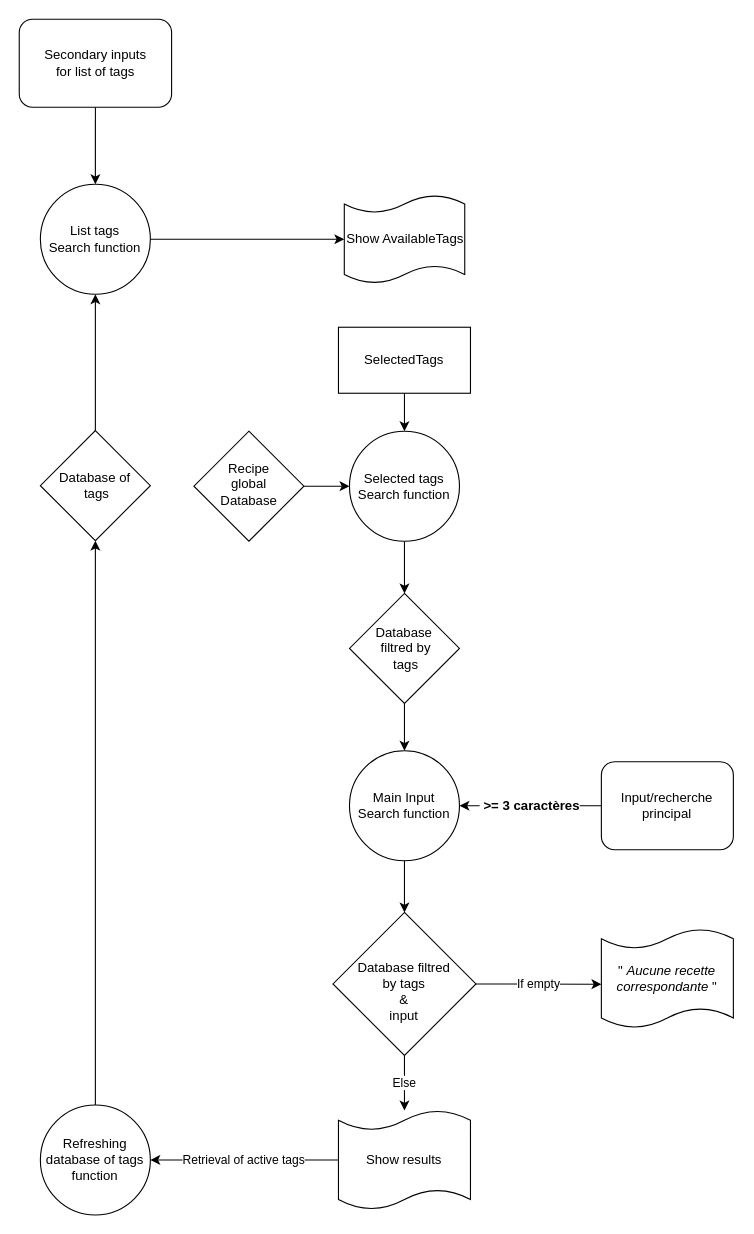
Cadegan/P11-front-end-search-engine keeps this draw.io diagram as P7-P11-Search-Engin.drawio. Above is the earlier version. Source tidied: cells renumbered, new cells numbered last; positions are measured from the earlier drawing's top-left corner, leaving out a move shared by most shapes. Both pictures are drawn from the tidied source at 110%, with x=0, y=0 at pixel (19, 19).
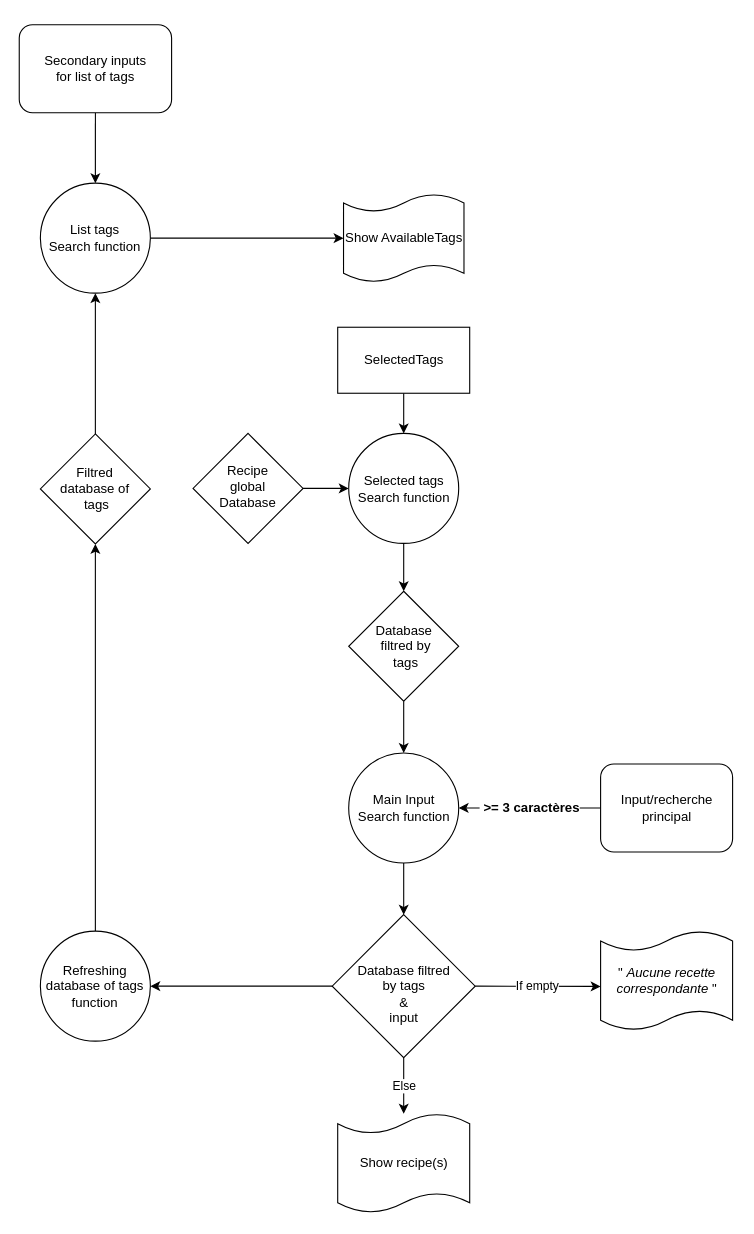
The same page after the edit.

Change to the diagram source:
```diff
@@
     <mxCell id="3" value="Database&lt;br&gt;&amp;nbsp;filtred by&lt;br&gt;&amp;nbsp;tags" style="rhombus;whiteSpace=wrap;html=1;" parent="1" vertex="1">
-      <mxGeometry x="300.2" y="522" width="100" height="100" as="geometry" />
+      <mxGeometry x="299.5" y="520" width="100" height="100" as="geometry" />
     </mxCell>
@@
     <mxCell id="6" value="SelectedTags" style="rounded=0;whiteSpace=wrap;html=1;" parent="1" vertex="1">
-      <mxGeometry x="290.2" y="280" width="120" height="60" as="geometry" />
+      <mxGeometry x="289.5" y="280" width="120" height="60" as="geometry" />
     </mxCell>
@@
     <mxCell id="8" value="Selected tags Search function" style="ellipse;whiteSpace=wrap;html=1;" parent="1" vertex="1">
-      <mxGeometry x="300.2" y="374.5" width="100" height="100" as="geometry" />
+      <mxGeometry x="299.5" y="376.5" width="100" height="100" as="geometry" />
     </mxCell>
     <mxCell id="9" value="Recipe&lt;br&gt;global&lt;br&gt;Database" style="rhombus;whiteSpace=wrap;html=1;shadow=0;fontFamily=Helvetica;fontSize=12;align=center;strokeWidth=1;spacing=6;spacingTop=-4;" parent="1" vertex="1">
-      <mxGeometry x="158.8" y="374.5" width="100" height="100" as="geometry" />
+      <mxGeometry x="158" y="376.5" width="100" height="100" as="geometry" />
     </mxCell>
@@
     <mxCell id="11" value="Main Input&lt;br&gt;Search function" style="ellipse;whiteSpace=wrap;html=1;" parent="1" vertex="1">
-      <mxGeometry x="300.2" y="665" width="100" height="100" as="geometry" />
+      <mxGeometry x="299.5" y="667" width="100" height="100" as="geometry" />
     </mxCell>
@@
     <mxCell id="13" value="Input/recherche principal" style="rounded=1;whiteSpace=wrap;html=1;fontSize=12;glass=0;strokeWidth=1;shadow=0;" parent="1" vertex="1">
-      <mxGeometry x="529.2" y="675" width="120" height="80" as="geometry" />
+      <mxGeometry x="528.5" y="677" width="120" height="80" as="geometry" />
     </mxCell>
@@
+    <mxCell id="29" style="edgeStyle=none;html=1;entryX=1;entryY=0.5;entryDx=0;entryDy=0;" parent="1" edge="1" source="15" target="22">
+      <mxGeometry relative="1" as="geometry" />
+    </mxCell>
     <mxCell id="15" value="&lt;br&gt;Database filtred &lt;br&gt;by&amp;nbsp;tags &lt;br&gt;&amp;amp;&lt;br&gt;input" style="rhombus;whiteSpace=wrap;html=1;" parent="1" vertex="1">
-      <mxGeometry x="285.2" y="812" width="130" height="130" as="geometry" />
+      <mxGeometry x="284.5" y="814" width="130" height="130" as="geometry" />
     </mxCell>
@@
     <mxCell id="17" value="&lt;span&gt;&quot;&amp;nbsp;&lt;/span&gt;&lt;i&gt;Aucune recette correspondante&amp;nbsp;&lt;/i&gt;&lt;span&gt;&quot;&lt;/span&gt;" style="shape=tape;whiteSpace=wrap;html=1;size=0.2;" parent="1" vertex="1">
-      <mxGeometry x="529.2" y="827" width="120" height="90" as="geometry" />
+      <mxGeometry x="528.5" y="829" width="120" height="90" as="geometry" />
     </mxCell>
-    <mxCell id="18" value="Retrieval of active tags" style="edgeStyle=none;html=1;exitX=0;exitY=0.5;exitDx=0;exitDy=0;entryX=1;entryY=0.5;entryDx=0;entryDy=0;" parent="1" edge="1" source="19" target="22">
-      <mxGeometry relative="1" as="geometry" />
-    </mxCell>
-    <mxCell id="19" value="Show results" style="shape=tape;whiteSpace=wrap;html=1;size=0.2;" parent="1" vertex="1">
-      <mxGeometry x="290.2" y="992" width="120" height="90" as="geometry" />
+    <mxCell id="19" value="Show recipe(s)" style="shape=tape;whiteSpace=wrap;html=1;size=0.2;" parent="1" vertex="1">
+      <mxGeometry x="289.5" y="995" width="120" height="90" as="geometry" />
     </mxCell>
     <mxCell id="20" value="Show AvailableTags" style="shape=tape;whiteSpace=wrap;html=1;size=0.2;" parent="1" vertex="1">
-      <mxGeometry x="295.5" y="160" width="109.5" height="80" as="geometry" />
+      <mxGeometry x="294.8" y="159" width="109.5" height="80" as="geometry" />
     </mxCell>
@@
     <mxCell id="22" value="&lt;span&gt;Refreshing&lt;br&gt;&lt;/span&gt;database&lt;span&gt;&amp;nbsp;of tags&lt;br&gt;function&lt;br&gt;&lt;/span&gt;" style="ellipse;whiteSpace=wrap;html=1;" parent="1" vertex="1">
-      <mxGeometry x="19.2" y="987" width="100" height="100" as="geometry" />
+      <mxGeometry x="19.2" y="829" width="100" height="100" as="geometry" />
     </mxCell>
@@
     <mxCell id="24" value="Secondary inputs &lt;br&gt;for list of tags" style="rounded=1;whiteSpace=wrap;html=1;fontSize=12;glass=0;strokeWidth=1;shadow=0;" parent="1" vertex="1">
-      <mxGeometry width="138.5" height="80" as="geometry" />
+      <mxGeometry y="5" width="138.5" height="80" as="geometry" />
     </mxCell>
@@
-    <mxCell id="26" value="Database of&lt;br&gt;&amp;nbsp;tags" style="rhombus;whiteSpace=wrap;html=1;" parent="1" vertex="1">
-      <mxGeometry x="19.2" y="374" width="100" height="100" as="geometry" />
+    <mxCell id="26" value="Filtred&lt;br&gt;database of&lt;br&gt;&amp;nbsp;tags" style="rhombus;whiteSpace=wrap;html=1;" parent="1" vertex="1">
+      <mxGeometry x="19.2" y="377" width="100" height="100" as="geometry" />
     </mxCell>
@@
     <mxCell id="28" value="List tags&lt;br&gt;Search function" style="ellipse;whiteSpace=wrap;html=1;" parent="1" vertex="1">
-      <mxGeometry x="19.2" y="150" width="100" height="100" as="geometry" />
+      <mxGeometry x="19.2" y="149" width="100" height="100" as="geometry" />
     </mxCell>
```
